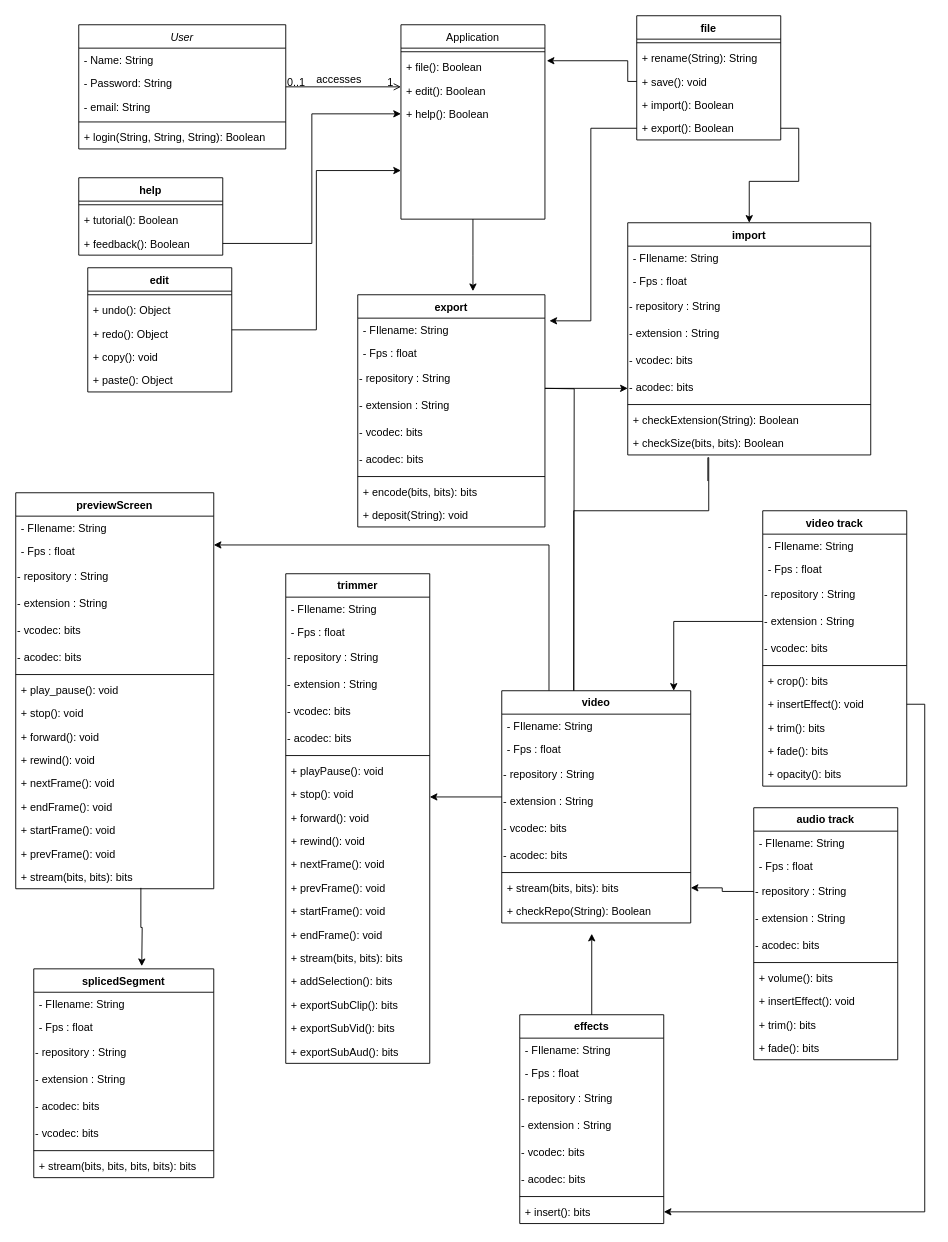
Before: Video Editior.drawio in TonyAMO/Video-Editors, a draw.io diagram. Source tidied: cells renumbered, new cells numbered last; positions are measured from the earlier drawing's top-left corner, leaving out a move shared by most shapes. Both pictures are drawn from the tidied source at 90%, with x=0, y=0 at pixel (15, 15).
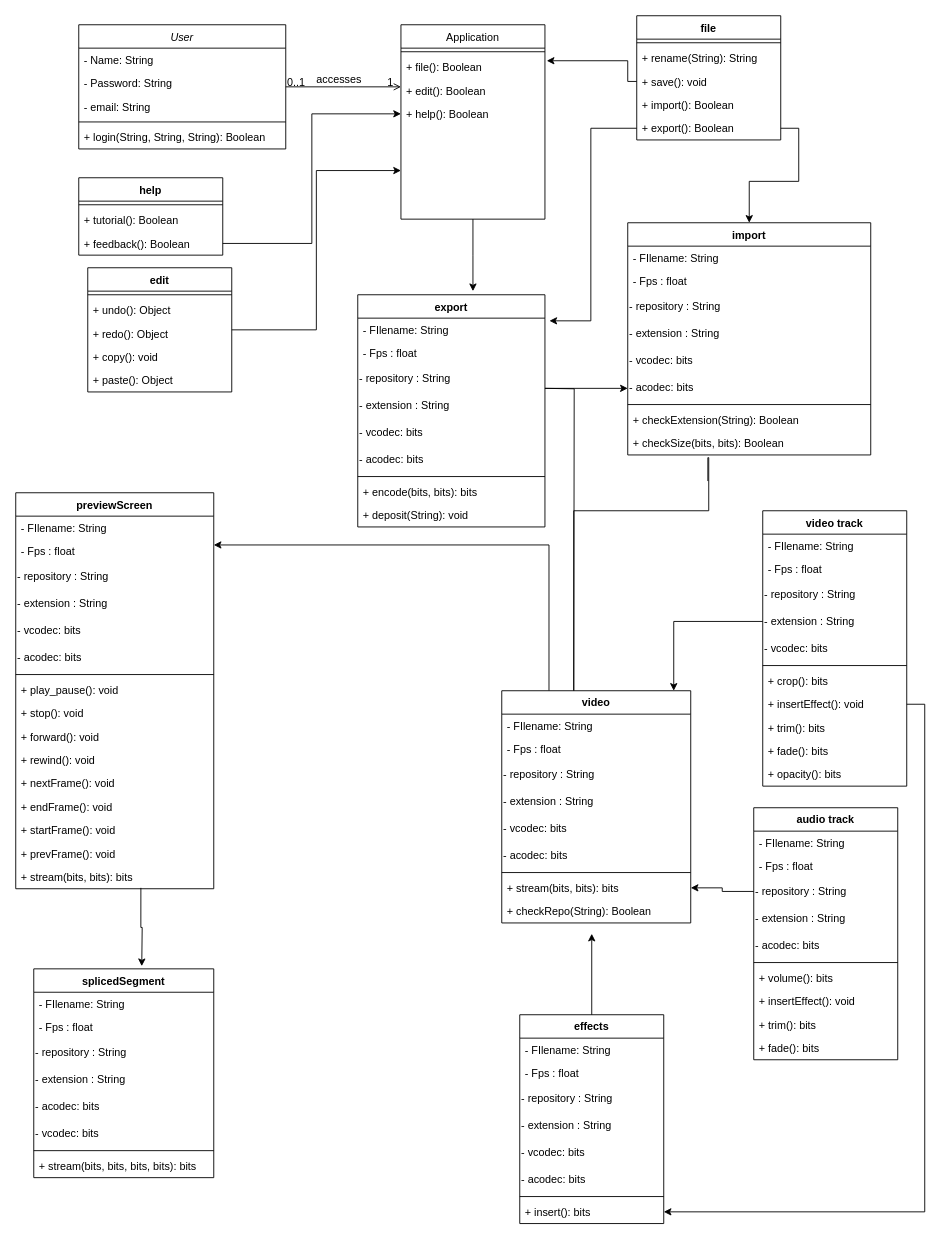
Above is the later version.

Change to the diagram source:
```diff
@@
-    <mxCell id="21" style="edgeStyle=orthogonalEdgeStyle;rounded=0;orthogonalLoop=1;jettySize=auto;html=1;" parent="1" edge="1">
-      <mxGeometry relative="1" as="geometry">
-        <mxPoint x="540" y="868" as="sourcePoint" />
-        <mxPoint x="460" y="868" as="targetPoint" />
-      </mxGeometry>
-    </mxCell>
@@
-    <mxCell id="23" value="trimmer" style="swimlane;fontStyle=1;align=center;verticalAlign=top;horizontal=1;startSize=26;" parent="1" vertex="1">
-      <mxGeometry x="300" y="620" width="160" height="544" as="geometry" />
-    </mxCell>
-    <mxCell id="24" value="- FIlename: String" style="text;strokeColor=none;fillColor=none;align=left;verticalAlign=top;spacingLeft=4;spacingRight=4;overflow=hidden;" parent="23" vertex="1">
-      <mxGeometry y="26" width="160" height="26" as="geometry" />
-    </mxCell>
-    <mxCell id="25" value="- Fps : float" style="text;align=left;verticalAlign=top;spacingLeft=4;spacingRight=4;overflow=hidden;rounded=0;shadow=0;html=0;" parent="23" vertex="1">
-      <mxGeometry y="52" width="160" height="26" as="geometry" />
-    </mxCell>
-    <mxCell id="26" value="- repository : String" style="text;html=1;align=left;verticalAlign=middle;strokeColor=none;fillColor=none;" parent="23" vertex="1">
-      <mxGeometry y="78" width="160" height="30" as="geometry" />
-    </mxCell>
-    <mxCell id="27" value="- extension : String" style="text;html=1;align=left;verticalAlign=middle;strokeColor=none;fillColor=none;" parent="23" vertex="1">
-      <mxGeometry y="108" width="160" height="30" as="geometry" />
-    </mxCell>
-    <mxCell id="28" value="&lt;div style=&quot;&quot;&gt;&lt;span style=&quot;background-color: initial;&quot;&gt;- vcodec: bits&lt;/span&gt;&lt;/div&gt;" style="text;html=1;align=left;verticalAlign=middle;strokeColor=none;fillColor=none;" parent="23" vertex="1">
-      <mxGeometry y="138" width="160" height="30" as="geometry" />
-    </mxCell>
-    <mxCell id="29" value="- acodec: bits" style="text;html=1;align=left;verticalAlign=middle;strokeColor=none;fillColor=none;" parent="23" vertex="1">
-      <mxGeometry y="168" width="160" height="30" as="geometry" />
-    </mxCell>
-    <mxCell id="30" style="line;strokeWidth=1;fillColor=none;align=left;verticalAlign=middle;spacingTop=-1;spacingLeft=3;spacingRight=3;labelPosition=right;strokeColor=inherit;" parent="23" vertex="1">
-      <mxGeometry y="198" width="160" height="8" as="geometry" />
-    </mxCell>
-    <mxCell id="31" value="+ playPause(): void" style="text;strokeColor=none;fillColor=none;align=left;verticalAlign=top;spacingLeft=4;spacingRight=4;overflow=hidden;" parent="23" vertex="1">
-      <mxGeometry y="206" width="160" height="26" as="geometry" />
-    </mxCell>
-    <mxCell id="32" value="+ stop(): void" style="text;strokeColor=none;fillColor=none;align=left;verticalAlign=top;spacingLeft=4;spacingRight=4;overflow=hidden;" parent="23" vertex="1">
-      <mxGeometry y="232" width="160" height="26" as="geometry" />
-    </mxCell>
-    <mxCell id="33" value="+ forward(): void" style="text;strokeColor=none;fillColor=none;align=left;verticalAlign=top;spacingLeft=4;spacingRight=4;overflow=hidden;" parent="23" vertex="1">
-      <mxGeometry y="258" width="160" height="26" as="geometry" />
-    </mxCell>
-    <mxCell id="34" value="+ rewind(): void" style="text;strokeColor=none;fillColor=none;align=left;verticalAlign=top;spacingLeft=4;spacingRight=4;overflow=hidden;" parent="23" vertex="1">
-      <mxGeometry y="284" width="160" height="26" as="geometry" />
-    </mxCell>
-    <mxCell id="35" value="+ nextFrame(): void" style="text;strokeColor=none;fillColor=none;align=left;verticalAlign=top;spacingLeft=4;spacingRight=4;overflow=hidden;" parent="23" vertex="1">
-      <mxGeometry y="310" width="160" height="26" as="geometry" />
-    </mxCell>
-    <mxCell id="36" value="+ prevFrame(): void" style="text;strokeColor=none;fillColor=none;align=left;verticalAlign=top;spacingLeft=4;spacingRight=4;overflow=hidden;" parent="23" vertex="1">
-      <mxGeometry y="336" width="160" height="26" as="geometry" />
-    </mxCell>
-    <mxCell id="37" value="+ startFrame(): void" style="text;strokeColor=none;fillColor=none;align=left;verticalAlign=top;spacingLeft=4;spacingRight=4;overflow=hidden;" parent="23" vertex="1">
-      <mxGeometry y="362" width="160" height="26" as="geometry" />
-    </mxCell>
-    <mxCell id="38" value="+ endFrame(): void" style="text;strokeColor=none;fillColor=none;align=left;verticalAlign=top;spacingLeft=4;spacingRight=4;overflow=hidden;" parent="23" vertex="1">
-      <mxGeometry y="388" width="160" height="26" as="geometry" />
-    </mxCell>
-    <mxCell id="39" value="+ stream(bits, bits): bits" style="text;strokeColor=none;fillColor=none;align=left;verticalAlign=top;spacingLeft=4;spacingRight=4;overflow=hidden;" parent="23" vertex="1">
-      <mxGeometry y="414" width="160" height="26" as="geometry" />
-    </mxCell>
-    <mxCell id="40" value="+ addSelection(): bits" style="text;strokeColor=none;fillColor=none;align=left;verticalAlign=top;spacingLeft=4;spacingRight=4;overflow=hidden;" parent="23" vertex="1">
-      <mxGeometry y="440" width="160" height="26" as="geometry" />
-    </mxCell>
-    <mxCell id="41" value="+ exportSubClip(): bits" style="text;strokeColor=none;fillColor=none;align=left;verticalAlign=top;spacingLeft=4;spacingRight=4;overflow=hidden;" parent="23" vertex="1">
-      <mxGeometry y="466" width="160" height="26" as="geometry" />
-    </mxCell>
-    <mxCell id="42" value="+ exportSubVid(): bits" style="text;strokeColor=none;fillColor=none;align=left;verticalAlign=top;spacingLeft=4;spacingRight=4;overflow=hidden;" parent="23" vertex="1">
-      <mxGeometry y="492" width="160" height="26" as="geometry" />
-    </mxCell>
-    <mxCell id="43" value="+ exportSubAud(): bits" style="text;strokeColor=none;fillColor=none;align=left;verticalAlign=top;spacingLeft=4;spacingRight=4;overflow=hidden;" parent="23" vertex="1">
-      <mxGeometry y="518" width="160" height="26" as="geometry" />
-    </mxCell>
```
